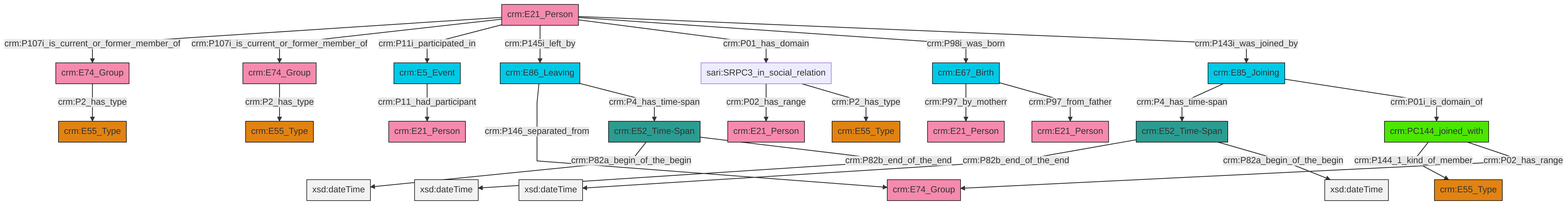
Before: et/personCSV/ttl/mmd/png/Person_Actor_Relations.png, a diagram exported from Mermaid (swiss-art-research-net/docs.swissartresearch). Its source is kept beside it as et/personCSV/ttl/mmd/Person_Actor_Relations.ttl.mmd.
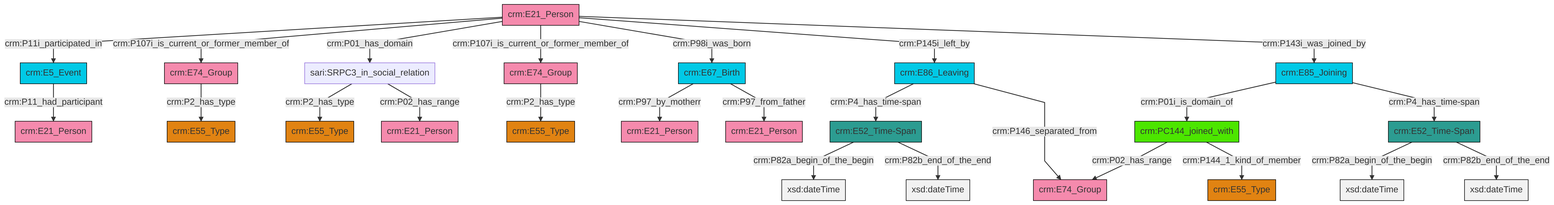
Later version of the same file.

What changed in the source:
```diff
@@ -13,27 +13,27 @@
 classDef PC_Classes fill:#4ce600, stroke:#000000;
 classDef Multi fill:#cccccc,stroke:#000000;
 
-4["crm:E74_Group"]:::Actor -->|crm:P2_has_type| 6["crm:E55_Type"]:::Type
-7["crm:E52_Time-Span"]:::Time-Span -->|crm:P82b_end_of_the_end| 8[xsd:dateTime]:::Literal
-17["crm:E21_Person"]:::Actor -->|crm:P107i_is_current_or_former_member_of| 4["crm:E74_Group"]:::Actor
-18["sari:SRPC3_in_social_relation"]:::Default -->|crm:P02_has_range| 19["crm:E21_Person"]:::Actor
-15["crm:E74_Group"]:::Actor -->|crm:P2_has_type| 11["crm:E55_Type"]:::Type
-20["crm:PC144_joined_with"]:::PC_Classes -->|crm:P144_1_kind_of_member| 21["crm:E55_Type"]:::Type
-22["crm:E86_Leaving"]:::Temporal_Entity -->|crm:P146_separated_from| 23["crm:E74_Group"]:::Actor
-18["sari:SRPC3_in_social_relation"]:::Default -->|crm:P2_has_type| 24["crm:E55_Type"]:::Type
-26["crm:E67_Birth"]:::Temporal_Entity -->|crm:P97_by_motherr| 27["crm:E21_Person"]:::Actor
-17["crm:E21_Person"]:::Actor -->|crm:P107i_is_current_or_former_member_of| 15["crm:E74_Group"]:::Actor
-13["crm:E5_Event"]:::Temporal_Entity -->|crm:P11_had_participant| 0["crm:E21_Person"]:::Actor
-17["crm:E21_Person"]:::Actor -->|crm:P11i_participated_in| 13["crm:E5_Event"]:::Temporal_Entity
-9["crm:E52_Time-Span"]:::Time-Span -->|crm:P82a_begin_of_the_begin| 30[xsd:dateTime]:::Literal
-17["crm:E21_Person"]:::Actor -->|crm:P145i_left_by| 22["crm:E86_Leaving"]:::Temporal_Entity
-7["crm:E52_Time-Span"]:::Time-Span -->|crm:P82a_begin_of_the_begin| 38[xsd:dateTime]:::Literal
-2["crm:E85_Joining"]:::Temporal_Entity -->|crm:P4_has_time-span| 7["crm:E52_Time-Span"]:::Time-Span
-2["crm:E85_Joining"]:::Temporal_Entity -->|crm:P01i_is_domain_of| 20["crm:PC144_joined_with"]:::PC_Classes
-26["crm:E67_Birth"]:::Temporal_Entity -->|crm:P97_from_father| 33["crm:E21_Person"]:::Actor
-17["crm:E21_Person"]:::Actor -->|crm:P01_has_domain| 18["sari:SRPC3_in_social_relation"]:::Default
-17["crm:E21_Person"]:::Actor -->|crm:P98i_was_born| 26["crm:E67_Birth"]:::Temporal_Entity
-22["crm:E86_Leaving"]:::Temporal_Entity -->|crm:P4_has_time-span| 9["crm:E52_Time-Span"]:::Time-Span
-9["crm:E52_Time-Span"]:::Time-Span -->|crm:P82b_end_of_the_end| 46[xsd:dateTime]:::Literal
-17["crm:E21_Person"]:::Actor -->|crm:P143i_was_joined_by| 2["crm:E85_Joining"]:::Temporal_Entity
-20["crm:PC144_joined_with"]:::PC_Classes -->|crm:P02_has_range| 23["crm:E74_Group"]:::Actor
+2["crm:E85_Joining"]:::Temporal_Entity -->|crm:P01i_is_domain_of| 3["crm:PC144_joined_with"]:::PC_Classes
+4["crm:E86_Leaving"]:::Temporal_Entity -->|crm:P4_has_time-span| 5["crm:E52_Time-Span"]:::Time-Span
+10["crm:E52_Time-Span"]:::Time-Span -->|crm:P82a_begin_of_the_begin| 11[xsd:dateTime]:::Literal
+18["crm:E21_Person"]:::Actor -->|crm:P11i_participated_in| 19["crm:E5_Event"]:::Temporal_Entity
+18["crm:E21_Person"]:::Actor -->|crm:P107i_is_current_or_former_member_of| 20["crm:E74_Group"]:::Actor
+22["sari:SRPC3_in_social_relation"]:::Default -->|crm:P2_has_type| 12["crm:E55_Type"]:::Type
+3["crm:PC144_joined_with"]:::PC_Classes -->|crm:P02_has_range| 23["crm:E74_Group"]:::Actor
+18["crm:E21_Person"]:::Actor -->|crm:P01_has_domain| 22["sari:SRPC3_in_social_relation"]:::Default
+18["crm:E21_Person"]:::Actor -->|crm:P107i_is_current_or_former_member_of| 8["crm:E74_Group"]:::Actor
+5["crm:E52_Time-Span"]:::Time-Span -->|crm:P82a_begin_of_the_begin| 26[xsd:dateTime]:::Literal
+2["crm:E85_Joining"]:::Temporal_Entity -->|crm:P4_has_time-span| 10["crm:E52_Time-Span"]:::Time-Span
+22["sari:SRPC3_in_social_relation"]:::Default -->|crm:P02_has_range| 16["crm:E21_Person"]:::Actor
+8["crm:E74_Group"]:::Actor -->|crm:P2_has_type| 6["crm:E55_Type"]:::Type
+5["crm:E52_Time-Span"]:::Time-Span -->|crm:P82b_end_of_the_end| 31[xsd:dateTime]:::Literal
+4["crm:E86_Leaving"]:::Temporal_Entity -->|crm:P146_separated_from| 23["crm:E74_Group"]:::Actor
+18["crm:E21_Person"]:::Actor -->|crm:P98i_was_born| 0["crm:E67_Birth"]:::Temporal_Entity
+18["crm:E21_Person"]:::Actor -->|crm:P145i_left_by| 4["crm:E86_Leaving"]:::Temporal_Entity
+3["crm:PC144_joined_with"]:::PC_Classes -->|crm:P144_1_kind_of_member| 38["crm:E55_Type"]:::Type
+10["crm:E52_Time-Span"]:::Time-Span -->|crm:P82b_end_of_the_end| 39[xsd:dateTime]:::Literal
+0["crm:E67_Birth"]:::Temporal_Entity -->|crm:P97_by_motherr| 27["crm:E21_Person"]:::Actor
+18["crm:E21_Person"]:::Actor -->|crm:P143i_was_joined_by| 2["crm:E85_Joining"]:::Temporal_Entity
+0["crm:E67_Birth"]:::Temporal_Entity -->|crm:P97_from_father| 34["crm:E21_Person"]:::Actor
+19["crm:E5_Event"]:::Temporal_Entity -->|crm:P11_had_participant| 32["crm:E21_Person"]:::Actor
+20["crm:E74_Group"]:::Actor -->|crm:P2_has_type| 14["crm:E55_Type"]:::Type
```
